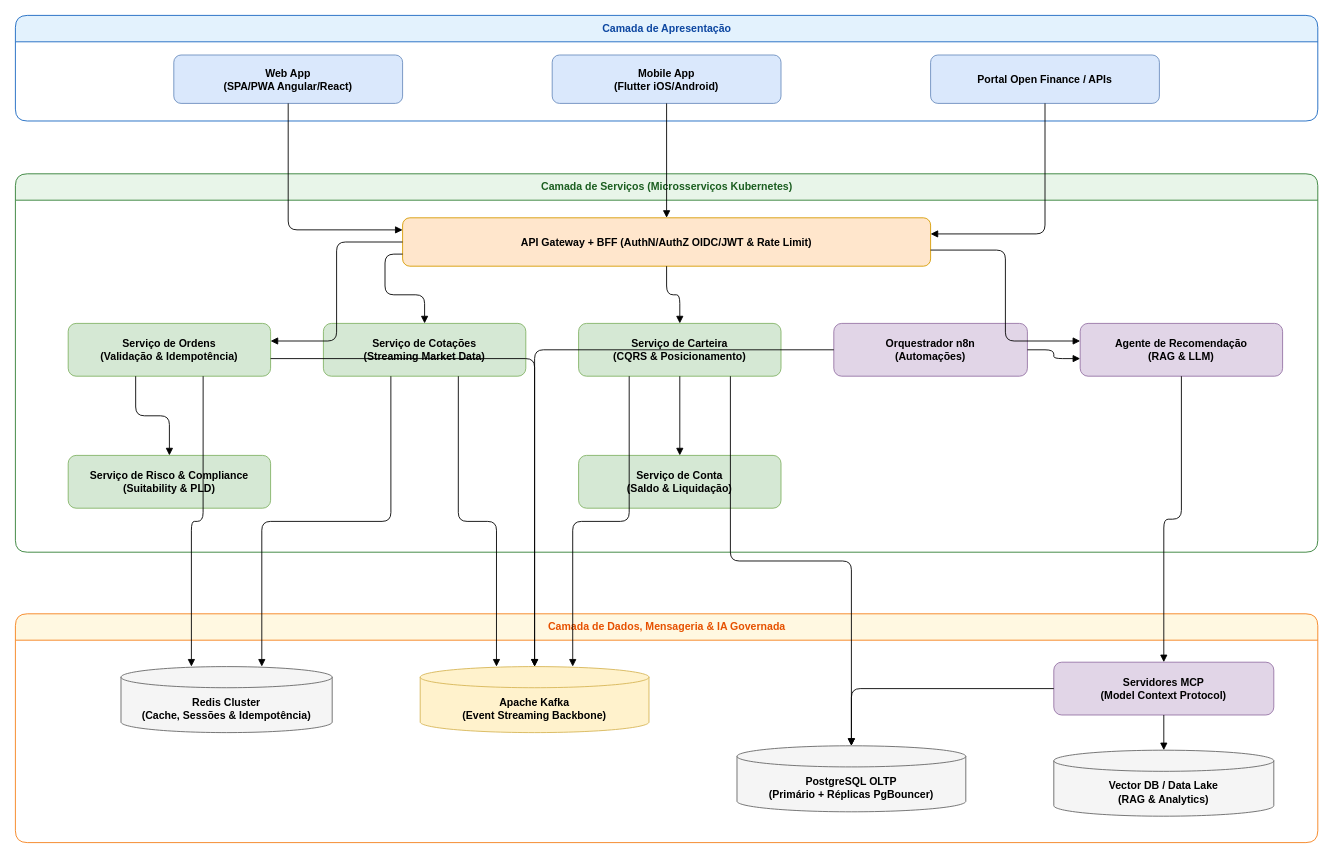
Earlier version of the draw.io diagram page "2 - Componentes" (2 of 5) of Artefatos/Fase2/Diagramas_Etapa2_Bank_OnlineX.drawio (MathGueff/mineracao-de-dados-poc-bank-online). Source tidied: cells renumbered, new cells numbered last; positions are measured from the earlier drawing's top-left corner, leaving out a move shared by most shapes. Both pictures are drawn from the tidied source at 88%, with x=0, y=0 at pixel (15, 15).
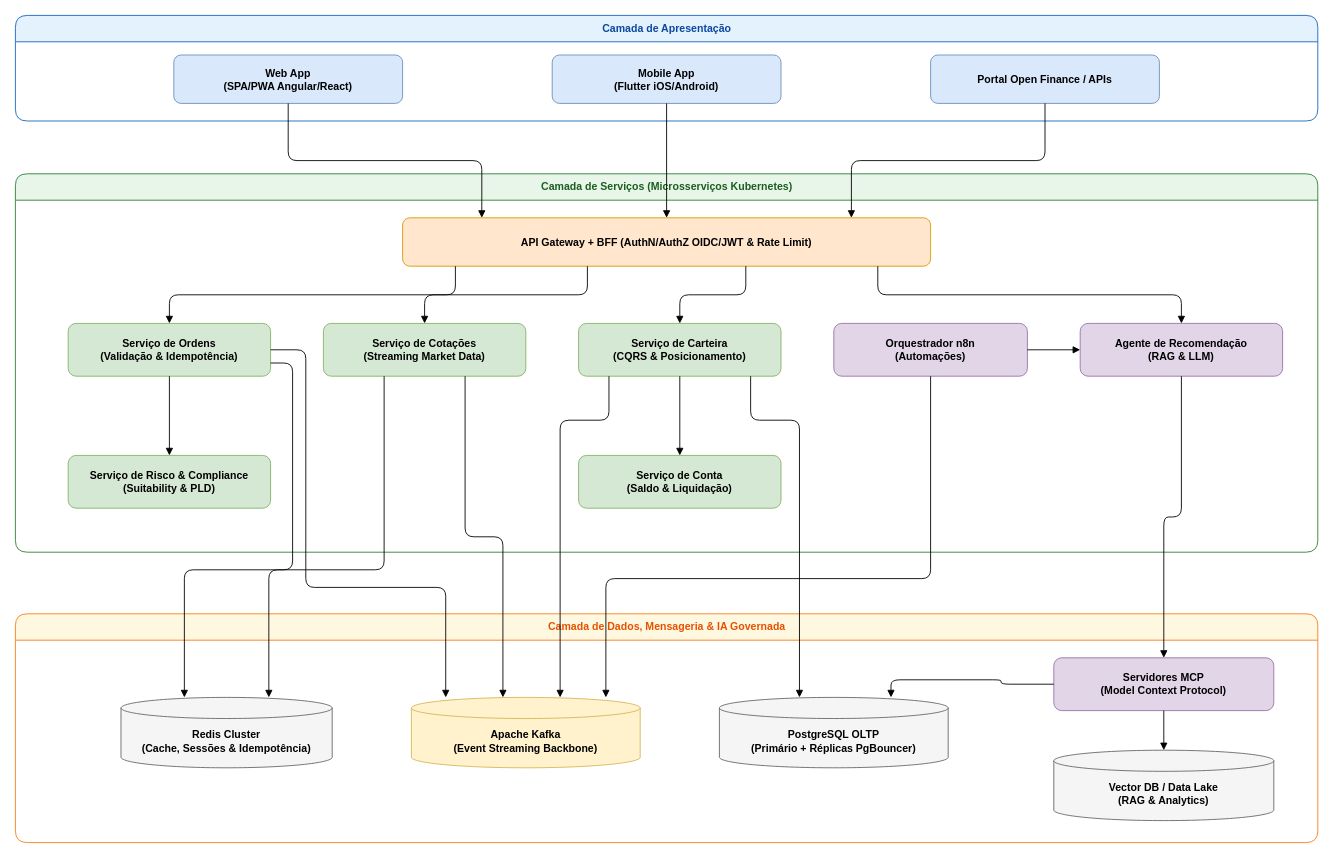
After the change.

The change refers to these unchanged cells:
```xml
<mxCell id="4" value="Camada de Dados, Mensageria &amp; IA Governada" style="swimlane;startSize=30;fillColor=#fff8e1;strokeColor=#f57f17;fontColor=#e65100;fontStyle=1;rounded=1;html=1;" parent="1" vertex="1">
  <mxGeometry y="680" width="1480" height="260" as="geometry" />
</mxCell>
<mxCell id="5" value="Web App&#10;(SPA/PWA Angular/React)" style="rounded=1;whiteSpace=wrap;html=1;fillColor=#dae8fc;strokeColor=#6c8ebf;fontStyle=1;" parent="2" vertex="1">
  <mxGeometry x="180" y="45" width="260" height="55" as="geometry" />
</mxCell>
<mxCell id="6" value="Mobile App&#10;(Flutter iOS/Android)" style="rounded=1;whiteSpace=wrap;html=1;fillColor=#dae8fc;strokeColor=#6c8ebf;fontStyle=1;" parent="2" vertex="1">
  <mxGeometry x="610" y="45" width="260" height="55" as="geometry" />
</mxCell>
<mxCell id="7" value="Portal Open Finance / APIs" style="rounded=1;whiteSpace=wrap;html=1;fillColor=#dae8fc;strokeColor=#6c8ebf;fontStyle=1;" parent="2" vertex="1">
  <mxGeometry x="1040" y="45" width="260" height="55" as="geometry" />
</mxCell>
<mxCell id="8" value="API Gateway + BFF (AuthN/AuthZ OIDC/JWT &amp; Rate Limit)" style="rounded=1;whiteSpace=wrap;html=1;fillColor=#ffe6cc;strokeColor=#d79b00;fontStyle=1;" parent="3" vertex="1">
  <mxGeometry x="440" y="50" width="600" height="55" as="geometry" />
</mxCell>
<mxCell id="9" value="Serviço de Ordens&#10;(Validação &amp; Idempotência)" style="rounded=1;whiteSpace=wrap;html=1;fillColor=#d5e8d4;strokeColor=#82b366;fontStyle=1;" parent="3" vertex="1">
  <mxGeometry x="60" y="170" width="230" height="60" as="geometry" />
</mxCell>
<mxCell id="10" value="Serviço de Cotações&#10;(Streaming Market Data)" style="rounded=1;whiteSpace=wrap;html=1;fillColor=#d5e8d4;strokeColor=#82b366;fontStyle=1;" parent="3" vertex="1">
  <mxGeometry x="350" y="170" width="230" height="60" as="geometry" />
</mxCell>
<mxCell id="11" value="Serviço de Carteira&#10;(CQRS &amp; Posicionamento)" style="rounded=1;whiteSpace=wrap;html=1;fillColor=#d5e8d4;strokeColor=#82b366;fontStyle=1;" parent="3" vertex="1">
  <mxGeometry x="640" y="170" width="230" height="60" as="geometry" />
</mxCell>
<mxCell id="12" value="Orquestrador n8n&#10;(Automações)" style="rounded=1;whiteSpace=wrap;html=1;fillColor=#e1d5e7;strokeColor=#9673a6;fontStyle=1;" parent="3" vertex="1">
  <mxGeometry x="930" y="170" width="220" height="60" as="geometry" />
</mxCell>
<mxCell id="13" value="Agente de Recomendação&#10;(RAG &amp; LLM)" style="rounded=1;whiteSpace=wrap;html=1;fillColor=#e1d5e7;strokeColor=#9673a6;fontStyle=1;" parent="3" vertex="1">
  <mxGeometry x="1210" y="170" width="230" height="60" as="geometry" />
</mxCell>
<mxCell id="14" value="Serviço de Risco &amp; Compliance&#10;(Suitability &amp; PLD)" style="rounded=1;whiteSpace=wrap;html=1;fillColor=#d5e8d4;strokeColor=#82b366;fontStyle=1;" parent="3" vertex="1">
  <mxGeometry x="60" y="320" width="230" height="60" as="geometry" />
</mxCell>
<mxCell id="15" value="Serviço de Conta&#10;(Saldo &amp; Liquidação)" style="rounded=1;whiteSpace=wrap;html=1;fillColor=#d5e8d4;strokeColor=#82b366;fontStyle=1;" parent="3" vertex="1">
  <mxGeometry x="640" y="320" width="230" height="60" as="geometry" />
</mxCell>
```

What changed in the source:
```diff
@@
     <mxCell id="16" value="Redis Cluster&#10;(Cache, Sessões &amp; Idempotência)" style="shape=cylinder3;whiteSpace=wrap;html=1;boundedLbl=1;backgroundOutline=1;size=12;fillColor=#f5f5f5;strokeColor=#666666;fontStyle=1;" parent="4" vertex="1">
-      <mxGeometry x="120" y="60" width="240" height="75" as="geometry" />
+      <mxGeometry x="120" y="95" width="240" height="80" as="geometry" />
     </mxCell>
     <mxCell id="17" value="Apache Kafka&#10;(Event Streaming Backbone)" style="shape=cylinder3;whiteSpace=wrap;html=1;boundedLbl=1;backgroundOutline=1;size=12;fillColor=#fff2cc;strokeColor=#d6b656;fontStyle=1;" parent="4" vertex="1">
-      <mxGeometry x="460" y="60" width="260" height="75" as="geometry" />
+      <mxGeometry x="450" y="95" width="260" height="80" as="geometry" />
     </mxCell>
     <mxCell id="18" value="PostgreSQL OLTP&#10;(Primário + Réplicas PgBouncer)" style="shape=cylinder3;whiteSpace=wrap;html=1;boundedLbl=1;backgroundOutline=1;size=12;fillColor=#f5f5f5;strokeColor=#666666;fontStyle=1;" parent="4" vertex="1">
-      <mxGeometry x="820" y="150" width="260" height="75" as="geometry" />
+      <mxGeometry x="800" y="95" width="260" height="80" as="geometry" />
     </mxCell>
     <mxCell id="19" value="Servidores MCP&#10;(Model Context Protocol)" style="rounded=1;whiteSpace=wrap;html=1;fillColor=#e1d5e7;strokeColor=#9673a6;fontStyle=1;" parent="4" vertex="1">
-      <mxGeometry x="1180" y="55" width="250" height="60" as="geometry" />
+      <mxGeometry x="1180" y="50" width="250" height="60" as="geometry" />
     </mxCell>
     <mxCell id="20" value="Vector DB / Data Lake&#10;(RAG &amp; Analytics)" style="shape=cylinder3;whiteSpace=wrap;html=1;boundedLbl=1;backgroundOutline=1;size=12;fillColor=#f5f5f5;strokeColor=#666666;fontStyle=1;" parent="4" vertex="1">
-      <mxGeometry x="1180" y="155" width="250" height="75" as="geometry" />
+      <mxGeometry x="1180" y="155" width="250" height="80" as="geometry" />
     </mxCell>
-    <mxCell id="21" style="edgeStyle=orthogonalEdgeStyle;rounded=1;jettySize=auto;html=1;endArrow=block;endFill=1;entryX=0;entryY=0.25;entryDx=0;entryDy=0;" parent="1" edge="1" source="5" target="8">
+    <mxCell id="21" style="edgeStyle=orthogonalEdgeStyle;rounded=1;jettySize=auto;html=1;endArrow=block;endFill=1;exitX=0.5;exitY=1;exitDx=0;exitDy=0;entryX=0.15;entryY=0;entryDx=0;entryDy=0;" parent="1" edge="1" source="5" target="8">
       <mxGeometry relative="1" as="geometry" />
     </mxCell>
-    <mxCell id="22" style="edgeStyle=orthogonalEdgeStyle;rounded=1;jettySize=auto;html=1;endArrow=block;endFill=1;" parent="1" edge="1" source="6" target="8">
+    <mxCell id="22" style="edgeStyle=orthogonalEdgeStyle;rounded=1;jettySize=auto;html=1;endArrow=block;endFill=1;exitX=0.5;exitY=1;exitDx=0;exitDy=0;entryX=0.5;entryY=0;entryDx=0;entryDy=0;" parent="1" edge="1" source="6" target="8">
       <mxGeometry relative="1" as="geometry" />
     </mxCell>
-    <mxCell id="23" style="edgeStyle=orthogonalEdgeStyle;rounded=1;jettySize=auto;html=1;endArrow=block;endFill=1;entryX=1;entryY=0.333333;entryDx=0;entryDy=0;" parent="1" edge="1" source="7" target="8">
+    <mxCell id="23" style="edgeStyle=orthogonalEdgeStyle;rounded=1;jettySize=auto;html=1;endArrow=block;endFill=1;exitX=0.5;exitY=1;exitDx=0;exitDy=0;entryX=0.85;entryY=0;entryDx=0;entryDy=0;" parent="1" edge="1" source="7" target="8">
       <mxGeometry relative="1" as="geometry" />
     </mxCell>
-    <mxCell id="24" style="edgeStyle=orthogonalEdgeStyle;rounded=1;jettySize=auto;html=1;endArrow=block;endFill=1;exitX=0;exitY=0.5;exitDx=0;exitDy=0;entryX=1;entryY=0.333333;entryDx=0;entryDy=0;" parent="1" edge="1" source="8" target="9">
+    <mxCell id="24" style="edgeStyle=orthogonalEdgeStyle;rounded=1;jettySize=auto;html=1;endArrow=block;endFill=1;exitX=0.1;exitY=1;exitDx=0;exitDy=0;entryX=0.5;entryY=0;entryDx=0;entryDy=0;" parent="1" edge="1" source="8" target="9">
       <mxGeometry relative="1" as="geometry" />
     </mxCell>
-    <mxCell id="25" style="edgeStyle=orthogonalEdgeStyle;rounded=1;jettySize=auto;html=1;endArrow=block;endFill=1;exitX=0;exitY=0.75;exitDx=0;exitDy=0;" parent="1" edge="1" source="8" target="10">
+    <mxCell id="25" style="edgeStyle=orthogonalEdgeStyle;rounded=1;jettySize=auto;html=1;endArrow=block;endFill=1;exitX=0.35;exitY=1;exitDx=0;exitDy=0;entryX=0.5;entryY=0;entryDx=0;entryDy=0;" parent="1" edge="1" source="8" target="10">
       <mxGeometry relative="1" as="geometry" />
     </mxCell>
-    <mxCell id="26" style="edgeStyle=orthogonalEdgeStyle;rounded=1;jettySize=auto;html=1;endArrow=block;endFill=1;" parent="1" edge="1" source="8" target="11">
+    <mxCell id="26" style="edgeStyle=orthogonalEdgeStyle;rounded=1;jettySize=auto;html=1;endArrow=block;endFill=1;exitX=0.65;exitY=1;exitDx=0;exitDy=0;entryX=0.5;entryY=0;entryDx=0;entryDy=0;" parent="1" edge="1" source="8" target="11">
       <mxGeometry relative="1" as="geometry" />
     </mxCell>
-    <mxCell id="27" style="edgeStyle=orthogonalEdgeStyle;rounded=1;jettySize=auto;html=1;endArrow=block;endFill=1;exitX=1;exitY=0.666667;exitDx=0;exitDy=0;entryX=0;entryY=0.333333;entryDx=0;entryDy=0;" parent="1" edge="1" source="8" target="13">
+    <mxCell id="27" style="edgeStyle=orthogonalEdgeStyle;rounded=1;jettySize=auto;html=1;endArrow=block;endFill=1;exitX=0.9;exitY=1;exitDx=0;exitDy=0;entryX=0.5;entryY=0;entryDx=0;entryDy=0;" parent="1" edge="1" source="8" target="13">
       <mxGeometry relative="1" as="geometry" />
     </mxCell>
-    <mxCell id="28" style="edgeStyle=orthogonalEdgeStyle;rounded=1;jettySize=auto;html=1;endArrow=block;endFill=1;exitX=0.333333;exitY=1;exitDx=0;exitDy=0;" parent="1" edge="1" source="9" target="14">
+    <mxCell id="28" style="edgeStyle=orthogonalEdgeStyle;rounded=1;jettySize=auto;html=1;endArrow=block;endFill=1;exitX=0.5;exitY=1;exitDx=0;exitDy=0;entryX=0.5;entryY=0;entryDx=0;entryDy=0;" parent="1" edge="1" source="9" target="14">
       <mxGeometry relative="1" as="geometry" />
     </mxCell>
-    <mxCell id="29" style="edgeStyle=orthogonalEdgeStyle;rounded=1;jettySize=auto;html=1;endArrow=block;endFill=1;exitX=0.666667;exitY=1;exitDx=0;exitDy=0;entryX=0.333333;entryY=0;entryDx=0;entryDy=0;" parent="1" edge="1" source="9" target="16">
-      <mxGeometry relative="1" as="geometry" />
+    <mxCell id="29" style="edgeStyle=orthogonalEdgeStyle;rounded=1;jettySize=auto;html=1;endArrow=block;endFill=1;exitX=1;exitY=0.75;exitDx=0;exitDy=0;entryX=0.3;entryY=0;entryDx=0;entryDy=0;" parent="1" edge="1" source="9" target="16">
+      <mxGeometry relative="1" as="geometry">
+        <Array as="points">
+          <mxPoint x="315" y="395" />
+          <mxPoint x="315" y="630" />
+          <mxPoint x="192" y="630" />
+        </Array>
+      </mxGeometry>
     </mxCell>
-    <mxCell id="30" style="edgeStyle=orthogonalEdgeStyle;rounded=1;jettySize=auto;html=1;endArrow=block;endFill=1;exitX=1;exitY=0.666667;exitDx=0;exitDy=0;" parent="1" edge="1" source="9" target="17">
-      <mxGeometry relative="1" as="geometry" />
+    <mxCell id="30" style="edgeStyle=orthogonalEdgeStyle;rounded=1;jettySize=auto;html=1;endArrow=block;endFill=1;exitX=1;exitY=0.5;exitDx=0;exitDy=0;entryX=0.15;entryY=0;entryDx=0;entryDy=0;" parent="1" edge="1" source="9" target="17">
+      <mxGeometry relative="1" as="geometry">
+        <Array as="points">
+          <mxPoint x="330" y="380" />
+          <mxPoint x="330" y="650" />
+          <mxPoint x="489" y="650" />
+        </Array>
+      </mxGeometry>
     </mxCell>
-    <mxCell id="31" style="edgeStyle=orthogonalEdgeStyle;rounded=1;jettySize=auto;html=1;endArrow=block;endFill=1;entryX=0.666667;entryY=0;entryDx=0;entryDy=0;exitX=0.333333;exitY=1;exitDx=0;exitDy=0;" parent="1" edge="1" source="10" target="16">
-      <mxGeometry relative="1" as="geometry" />
+    <mxCell id="31" style="edgeStyle=orthogonalEdgeStyle;rounded=1;jettySize=auto;html=1;endArrow=block;endFill=1;exitX=0.3;exitY=1;exitDx=0;exitDy=0;entryX=0.7;entryY=0;entryDx=0;entryDy=0;" parent="1" edge="1" source="10" target="16">
+      <mxGeometry relative="1" as="geometry">
+        <Array as="points">
+          <mxPoint x="419" y="630" />
+          <mxPoint x="288" y="630" />
+        </Array>
+      </mxGeometry>
     </mxCell>
-    <mxCell id="32" style="edgeStyle=orthogonalEdgeStyle;rounded=1;jettySize=auto;html=1;endArrow=block;endFill=1;exitX=0.666667;exitY=1;exitDx=0;exitDy=0;entryX=0.333333;entryY=0;entryDx=0;entryDy=0;" parent="1" edge="1" source="10" target="17">
+    <mxCell id="32" style="edgeStyle=orthogonalEdgeStyle;rounded=1;jettySize=auto;html=1;endArrow=block;endFill=1;exitX=0.7;exitY=1;exitDx=0;exitDy=0;entryX=0.4;entryY=0;entryDx=0;entryDy=0;" parent="1" edge="1" source="10" target="17">
       <mxGeometry relative="1" as="geometry" />
     </mxCell>
-    <mxCell id="33" style="edgeStyle=orthogonalEdgeStyle;rounded=1;jettySize=auto;html=1;endArrow=block;endFill=1;exitX=0.5;exitY=1;exitDx=0;exitDy=0;" parent="1" edge="1" source="11" target="15">
+    <mxCell id="33" style="edgeStyle=orthogonalEdgeStyle;rounded=1;jettySize=auto;html=1;endArrow=block;endFill=1;exitX=0.5;exitY=1;exitDx=0;exitDy=0;entryX=0.5;entryY=0;entryDx=0;entryDy=0;" parent="1" edge="1" source="11" target="15">
       <mxGeometry relative="1" as="geometry" />
     </mxCell>
-    <mxCell id="34" style="edgeStyle=orthogonalEdgeStyle;rounded=1;jettySize=auto;html=1;endArrow=block;endFill=1;entryX=0.666667;entryY=0;entryDx=0;entryDy=0;exitX=0.25;exitY=1;exitDx=0;exitDy=0;" parent="1" edge="1" source="11" target="17">
-      <mxGeometry relative="1" as="geometry" />
+    <mxCell id="34" style="edgeStyle=orthogonalEdgeStyle;rounded=1;jettySize=auto;html=1;endArrow=block;endFill=1;exitX=0.15;exitY=1;exitDx=0;exitDy=0;entryX=0.65;entryY=0;entryDx=0;entryDy=0;" parent="1" edge="1" source="11" target="17">
+      <mxGeometry relative="1" as="geometry">
+        <Array as="points">
+          <mxPoint x="674" y="460" />
+          <mxPoint x="619" y="460" />
+        </Array>
+      </mxGeometry>
     </mxCell>
-    <mxCell id="35" style="edgeStyle=orthogonalEdgeStyle;rounded=1;jettySize=auto;html=1;endArrow=block;endFill=1;exitX=0.75;exitY=1;exitDx=0;exitDy=0;" parent="1" edge="1" source="11" target="18">
-      <mxGeometry relative="1" as="geometry" />
+    <mxCell id="35" style="edgeStyle=orthogonalEdgeStyle;rounded=1;jettySize=auto;html=1;endArrow=block;endFill=1;exitX=0.85;exitY=1;exitDx=0;exitDy=0;entryX=0.35;entryY=0;entryDx=0;entryDy=0;" parent="1" edge="1" source="11" target="18">
+      <mxGeometry relative="1" as="geometry">
+        <Array as="points">
+          <mxPoint x="835" y="460" />
+          <mxPoint x="891" y="460" />
+        </Array>
+      </mxGeometry>
     </mxCell>
-    <mxCell id="36" style="edgeStyle=orthogonalEdgeStyle;rounded=1;jettySize=auto;html=1;endArrow=block;endFill=1;" parent="1" edge="1" source="12" target="17">
-      <mxGeometry relative="1" as="geometry" />
+    <mxCell id="36" style="edgeStyle=orthogonalEdgeStyle;rounded=1;jettySize=auto;html=1;endArrow=block;endFill=1;exitX=0.5;exitY=1;exitDx=0;exitDy=0;entryX=0.85;entryY=0;entryDx=0;entryDy=0;" parent="1" edge="1" source="12" target="17">
+      <mxGeometry relative="1" as="geometry">
+        <Array as="points">
+          <mxPoint x="1040" y="640" />
+          <mxPoint x="671" y="640" />
+        </Array>
+      </mxGeometry>
     </mxCell>
-    <mxCell id="37" style="edgeStyle=orthogonalEdgeStyle;rounded=1;jettySize=auto;html=1;endArrow=block;endFill=1;entryX=0;entryY=0.666667;entryDx=0;entryDy=0;" parent="1" edge="1" source="12" target="13">
+    <mxCell id="37" style="edgeStyle=orthogonalEdgeStyle;rounded=1;jettySize=auto;html=1;endArrow=block;endFill=1;exitX=1;exitY=0.5;exitDx=0;exitDy=0;entryX=0;entryY=0.5;entryDx=0;entryDy=0;" parent="1" edge="1" source="12" target="13">
       <mxGeometry relative="1" as="geometry" />
     </mxCell>
-    <mxCell id="38" style="edgeStyle=orthogonalEdgeStyle;rounded=1;jettySize=auto;html=1;endArrow=block;endFill=1;" parent="1" edge="1" source="13" target="19">
+    <mxCell id="38" style="edgeStyle=orthogonalEdgeStyle;rounded=1;jettySize=auto;html=1;endArrow=block;endFill=1;exitX=0.5;exitY=1;exitDx=0;exitDy=0;entryX=0.5;entryY=0;entryDx=0;entryDy=0;" parent="1" edge="1" source="13" target="19">
       <mxGeometry relative="1" as="geometry" />
     </mxCell>
-    <mxCell id="39" style="edgeStyle=orthogonalEdgeStyle;rounded=1;jettySize=auto;html=1;endArrow=block;endFill=1;" parent="1" edge="1" source="19" target="20">
+    <mxCell id="39" style="edgeStyle=orthogonalEdgeStyle;rounded=1;jettySize=auto;html=1;endArrow=block;endFill=1;exitX=0.5;exitY=1;exitDx=0;exitDy=0;entryX=0.5;entryY=0;entryDx=0;entryDy=0;" parent="1" edge="1" source="19" target="20">
       <mxGeometry relative="1" as="geometry" />
     </mxCell>
-    <mxCell id="40" style="edgeStyle=orthogonalEdgeStyle;rounded=1;jettySize=auto;html=1;endArrow=block;endFill=1;" parent="1" edge="1" source="19" target="18">
+    <mxCell id="40" style="edgeStyle=orthogonalEdgeStyle;rounded=1;jettySize=auto;html=1;endArrow=block;endFill=1;exitX=0;exitY=0.5;exitDx=0;exitDy=0;entryX=0.75;entryY=0;entryDx=0;entryDy=0;" parent="1" edge="1" source="19" target="18">
       <mxGeometry relative="1" as="geometry" />
     </mxCell>
```
